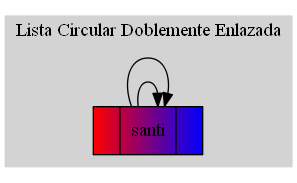
The Graphviz diagram graficaLCD.png in Tiago-130414/EDD_1S2019_P1_201313722, before a commit. Its source is kept beside it as graficaLCD.dot.
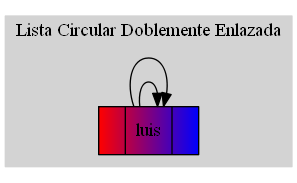
The same diagram one commit later.

What changed in the source:
```diff
@@ -5,9 +5,9 @@
 style=filled;
 color = lightgrey;
 node[shape=record];
-Nodosanti[label="{ |santi| }"style = filled, fillcolor = "red:blue"];
-Nodosanti->Nodosanti;
-Nodosanti->Nodosanti;
+Nodoluis[label="{ |luis| }"style = filled, fillcolor = "red:blue"];
+Nodoluis->Nodoluis;
+Nodoluis->Nodoluis;
 label = "Lista Circular Doblemente Enlazada";
 }
 }
```
